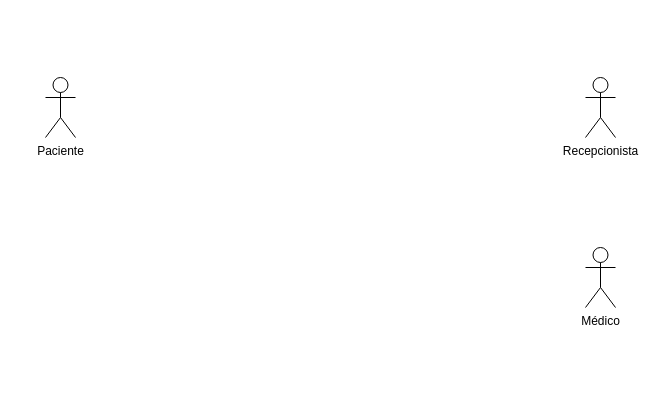
Above: Use Case Diagram.drawio in JonatasFontele/Banco-de-Dados (draw.io), before the change. Source tidied: cells renumbered, new cells numbered last; positions are measured from the earlier drawing's top-left corner, leaving out a move shared by most shapes. Both pictures are drawn from the tidied source at 100%, with x=0, y=0 at pixel (45, 77).
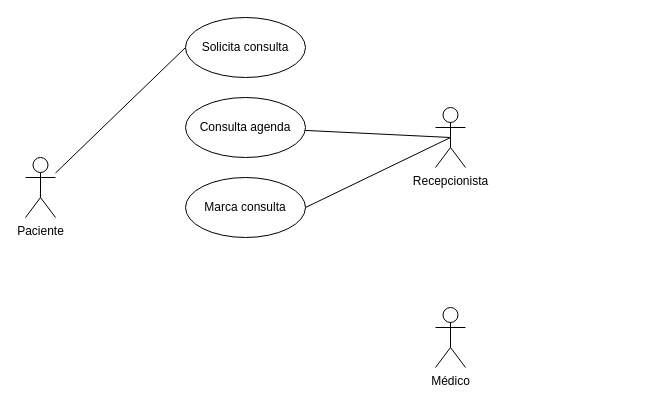
The same page after the edit.

Commit message:
Casos de uso incompleto

Change to the diagram source:
```diff
@@
 <mxGraphModel>
   <root>
     <mxCell id="0" />
     <mxCell id="1" parent="0" />
     <mxCell id="2" value="Paciente" style="shape=umlActor;verticalLabelPosition=bottom;verticalAlign=top;html=1;outlineConnect=0;shadow=0;" parent="1" vertex="1">
-      <mxGeometry width="30" height="60" as="geometry" />
+      <mxGeometry x="-20" y="80" width="30" height="60" as="geometry" />
     </mxCell>
     <mxCell id="3" value="Recepcionista" style="shape=umlActor;verticalLabelPosition=bottom;verticalAlign=top;html=1;outlineConnect=0;" parent="1" vertex="1">
-      <mxGeometry x="540" width="30" height="60" as="geometry" />
+      <mxGeometry x="390" y="30" width="30" height="60" as="geometry" />
     </mxCell>
     <mxCell id="4" value="Médico" style="shape=umlActor;verticalLabelPosition=bottom;verticalAlign=top;html=1;" parent="1" vertex="1">
-      <mxGeometry x="540" y="170" width="30" height="60" as="geometry" />
+      <mxGeometry x="390" y="230" width="30" height="60" as="geometry" />
     </mxCell>
+    <mxCell id="5" value="Solicita consulta" style="ellipse;whiteSpace=wrap;html=1;" parent="1" vertex="1">
+      <mxGeometry x="140" y="-60" width="120" height="60" as="geometry" />
+    </mxCell>
+    <mxCell id="6" style="endArrow=none;html=1;entryX=0;entryY=0.5;entryDx=0;entryDy=0;" parent="1" edge="1" source="2" target="5">
+      <mxGeometry relative="1" as="geometry" />
+    </mxCell>
+    <mxCell id="7" value="Consulta agenda" style="ellipse;whiteSpace=wrap;html=1;" parent="1" vertex="1">
+      <mxGeometry x="140" y="20" width="120" height="60" as="geometry" />
+    </mxCell>
+    <mxCell id="8" style="endArrow=none;html=1;entryX=0.5;entryY=0.5;entryDx=0;entryDy=0;entryPerimeter=0;" parent="1" edge="1" source="7" target="3">
+      <mxGeometry relative="1" as="geometry" />
+    </mxCell>
+    <mxCell id="9" value="Marca consulta" style="ellipse;whiteSpace=wrap;html=1;" parent="1" vertex="1">
+      <mxGeometry x="140" y="100" width="120" height="60" as="geometry" />
+    </mxCell>
+    <mxCell id="10" style="endArrow=none;html=1;entryX=0.5;entryY=0.5;entryDx=0;entryDy=0;entryPerimeter=0;exitX=1;exitY=0.5;exitDx=0;exitDy=0;" parent="1" edge="1" source="9" target="3">
+      <mxGeometry relative="1" as="geometry" />
+    </mxCell>
   </root>
 </mxGraphModel>
```
